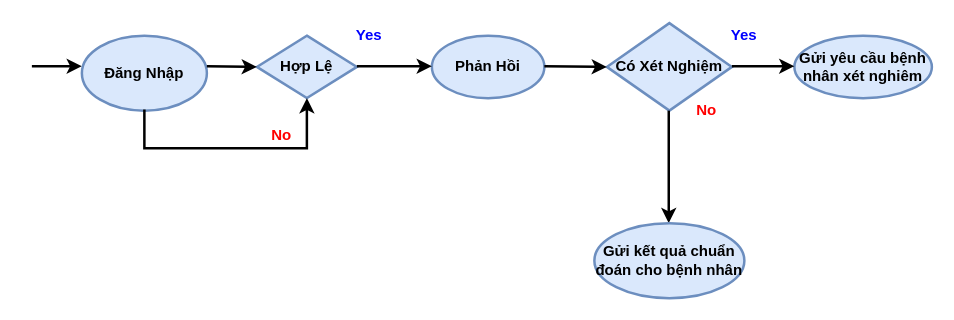
Before: page "Page-2" (2 of 2) of dataram.drawio in philong97/diagram, a draw.io diagram. Source tidied: cells renumbered, new cells numbered last; positions are measured from the earlier drawing's top-left corner, leaving out a move shared by most shapes. Both pictures are drawn from the tidied source at 125%, with x=0, y=0 at pixel (31, 22).
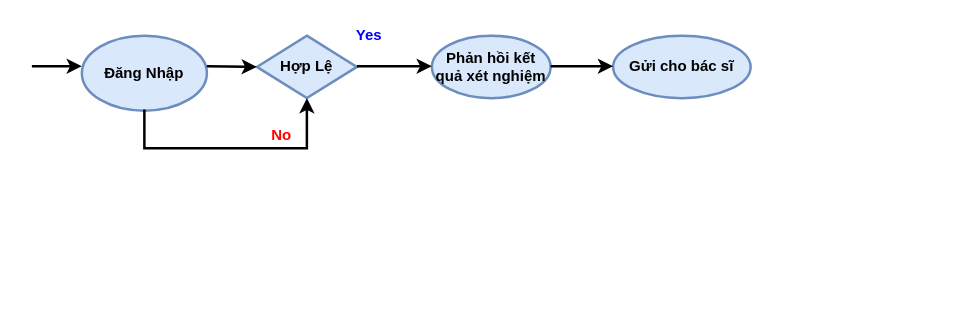
Above is the later version.

The edit, as a diff of the source:
```diff
@@
-    <mxCell id="5" value="Phản Hồi" style="ellipse;whiteSpace=wrap;html=1;strokeWidth=2;fillColor=#dae8fc;strokeColor=#6c8ebf;fontStyle=1;" parent="1" vertex="1">
-      <mxGeometry x="320" y="10" width="90" height="50" as="geometry" />
+    <mxCell id="5" value="Phản hồi kết quả xét nghiệm" style="ellipse;whiteSpace=wrap;html=1;strokeWidth=2;fillColor=#dae8fc;strokeColor=#6c8ebf;fontStyle=1;" parent="1" vertex="1">
+      <mxGeometry x="320" y="10" width="95" height="50" as="geometry" />
     </mxCell>
-    <mxCell id="6" value="Có Xét Nghiệm" style="rhombus;whiteSpace=wrap;html=1;strokeWidth=2;fillColor=#dae8fc;strokeColor=#6c8ebf;fontStyle=1;" parent="1" vertex="1">
-      <mxGeometry x="460" width="100" height="70" as="geometry" />
-    </mxCell>
-    <mxCell id="7" value="Gửi yêu cầu bệnh nhân xét nghiêm" style="ellipse;whiteSpace=wrap;html=1;strokeWidth=2;fillColor=#dae8fc;strokeColor=#6c8ebf;fontStyle=1;" parent="1" vertex="1">
-      <mxGeometry x="610" y="10" width="110" height="50" as="geometry" />
+    <mxCell id="7" value="Gửi cho bác sĩ" style="ellipse;whiteSpace=wrap;html=1;strokeWidth=2;fillColor=#dae8fc;strokeColor=#6c8ebf;fontStyle=1;" parent="1" vertex="1">
+      <mxGeometry x="465" y="10" width="110" height="50" as="geometry" />
     </mxCell>
@@
-    <mxCell id="11" value="No" style="text;html=1;strokeColor=none;fillColor=none;align=center;verticalAlign=middle;whiteSpace=wrap;rounded=0;fontStyle=1;fontColor=#FF0000;" parent="1" vertex="1">
-      <mxGeometry x="520" y="60" width="40" height="20" as="geometry" />
-    </mxCell>
@@
-    <mxCell id="13" value="Yes" style="text;html=1;strokeColor=none;fillColor=none;align=center;verticalAlign=middle;whiteSpace=wrap;rounded=0;fontColor=#0000FF;fontStyle=1;" parent="1" vertex="1">
-      <mxGeometry x="550" width="40" height="20" as="geometry" />
-    </mxCell>
@@
-    <mxCell id="16" style="endArrow=classic;html=1;strokeWidth=2;fontColor=#0000FF;" parent="1" edge="1">
-      <mxGeometry relative="1" as="geometry">
-        <mxPoint x="410" y="34.5" as="sourcePoint" />
-        <mxPoint x="460" y="35" as="targetPoint" />
-      </mxGeometry>
-    </mxCell>
     <mxCell id="17" style="endArrow=classic;html=1;strokeWidth=2;fontColor=#0000FF;" parent="1" edge="1">
       <mxGeometry relative="1" as="geometry">
-        <mxPoint x="560" y="34.5" as="sourcePoint" />
-        <mxPoint x="610" y="34.5" as="targetPoint" />
+        <mxPoint x="415" y="34.5" as="sourcePoint" />
+        <mxPoint x="465" y="34.5" as="targetPoint" />
       </mxGeometry>
     </mxCell>
-    <mxCell id="18" style="endArrow=classic;html=1;strokeWidth=2;fontColor=#0000FF;" parent="1" edge="1">
-      <mxGeometry relative="1" as="geometry">
-        <mxPoint x="509.5" y="70" as="sourcePoint" />
-        <mxPoint x="509.5" y="160" as="targetPoint" />
-      </mxGeometry>
-    </mxCell>
-    <mxCell id="19" value="Gửi kết quả chuẩn đoán cho bệnh nhân" style="ellipse;whiteSpace=wrap;html=1;strokeWidth=2;fillColor=#dae8fc;strokeColor=#6c8ebf;fontStyle=1;" parent="1" vertex="1">
-      <mxGeometry x="450" y="160" width="120" height="60" as="geometry" />
-    </mxCell>
```
